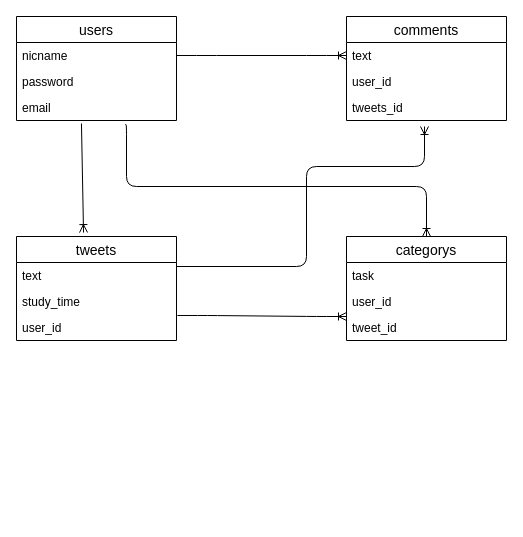
This is ER.drawio from seiichikick0404/futures, a draw.io file, before an edit. Source tidied: cells renumbered, new cells numbered last; positions are measured from the earlier drawing's top-left corner, leaving out a move shared by most shapes. Both pictures are drawn from the tidied source at 100%, with x=0, y=0 at pixel (16, 16).
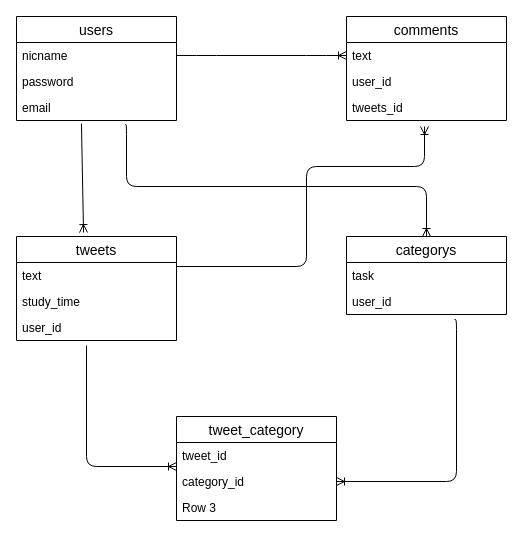
The same page after the edit.

Unchanged cells that the change refers to:
```xml
<mxCell id="4" value="study_time" style="text;strokeColor=none;fillColor=none;spacingLeft=4;spacingRight=4;overflow=hidden;points=[[0,0.5],[1,0.5]];portConstraint=eastwest;fontSize=12;" parent="2" vertex="1">
  <mxGeometry y="52" width="160" height="26" as="geometry" />
</mxCell>
<mxCell id="16" value="user_id" style="text;strokeColor=none;fillColor=none;spacingLeft=4;spacingRight=4;overflow=hidden;points=[[0,0.5],[1,0.5]];portConstraint=eastwest;fontSize=12;" parent="14" vertex="1">
  <mxGeometry y="52" width="160" height="26" as="geometry" />
</mxCell>
```

Change to the diagram source:
```diff
@@
     <mxCell id="14" value="categorys" style="swimlane;fontStyle=0;horizontal=1;startSize=26;align=center;fontSize=14;" parent="1" vertex="1">
-      <mxGeometry x="330" y="220" width="160" height="104" as="geometry" />
+      <mxGeometry x="330" y="220" width="160" height="78" as="geometry" />
     </mxCell>
@@
-    <mxCell id="17" value="tweet_id" style="text;strokeColor=none;fillColor=none;spacingLeft=4;spacingRight=4;overflow=hidden;fontSize=12;" parent="14" vertex="1">
-      <mxGeometry y="78" width="160" height="26" as="geometry" />
-    </mxCell>
@@
-    <mxCell id="19" style="edgeStyle=entityRelationEdgeStyle;fontSize=12;html=1;endArrow=ERoneToMany;exitX=1.006;exitY=1.038;exitDx=0;exitDy=0;exitPerimeter=0;" parent="1" edge="1" source="4">
-      <mxGeometry relative="1" as="geometry">
-        <mxPoint x="330" y="300" as="targetPoint" />
-      </mxGeometry>
-    </mxCell>
@@
+    <mxCell id="23" value="tweet_category" style="swimlane;fontStyle=0;horizontal=1;startSize=26;align=center;fontSize=14;" parent="1" vertex="1">
+      <mxGeometry x="160" y="400" width="160" height="104" as="geometry" />
+    </mxCell>
+    <mxCell id="17" value="tweet_id" style="text;strokeColor=none;fillColor=none;spacingLeft=4;spacingRight=4;overflow=hidden;fontSize=12;" parent="23" vertex="1">
+      <mxGeometry y="26" width="160" height="26" as="geometry" />
+    </mxCell>
+    <mxCell id="24" value="category_id" style="text;strokeColor=none;fillColor=none;spacingLeft=4;spacingRight=4;overflow=hidden;points=[[0,0.5],[1,0.5]];portConstraint=eastwest;fontSize=12;" parent="23" vertex="1">
+      <mxGeometry y="52" width="160" height="26" as="geometry" />
+    </mxCell>
+    <mxCell id="25" value="Row 3" style="text;strokeColor=none;fillColor=none;spacingLeft=4;spacingRight=4;overflow=hidden;fontSize=12;" parent="23" vertex="1">
+      <mxGeometry y="78" width="160" height="26" as="geometry" />
+    </mxCell>
+    <mxCell id="26" style="edgeStyle=elbowEdgeStyle;fontSize=12;html=1;endArrow=ERoneToMany;" parent="1" edge="1">
+      <mxGeometry relative="1" as="geometry">
+        <mxPoint x="70" y="329" as="sourcePoint" />
+        <mxPoint x="160" y="450" as="targetPoint" />
+        <Array as="points">
+          <mxPoint x="70" y="400" />
+        </Array>
+      </mxGeometry>
+    </mxCell>
+    <mxCell id="27" style="edgeStyle=elbowEdgeStyle;fontSize=12;html=1;endArrow=ERoneToMany;exitX=0.675;exitY=1.192;exitDx=0;exitDy=0;exitPerimeter=0;entryX=1;entryY=0.5;entryDx=0;entryDy=0;" parent="1" edge="1" source="16" target="24">
+      <mxGeometry relative="1" as="geometry">
+        <Array as="points">
+          <mxPoint x="440" y="420" />
+        </Array>
+      </mxGeometry>
+    </mxCell>
```
